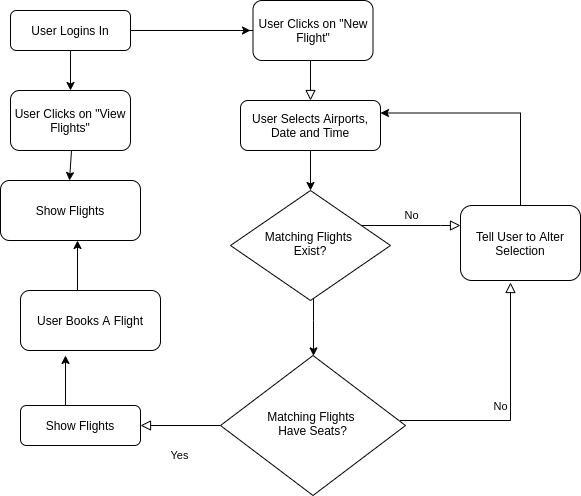
PegliOne/Project-0-Flight-Planner keeps this draw.io diagram as User Story Diagram.png. Above is the earlier version. Source tidied: cells renumbered, new cells last; positions are measured from the earlier drawing's top-left corner, leaving out a move shared by most shapes.
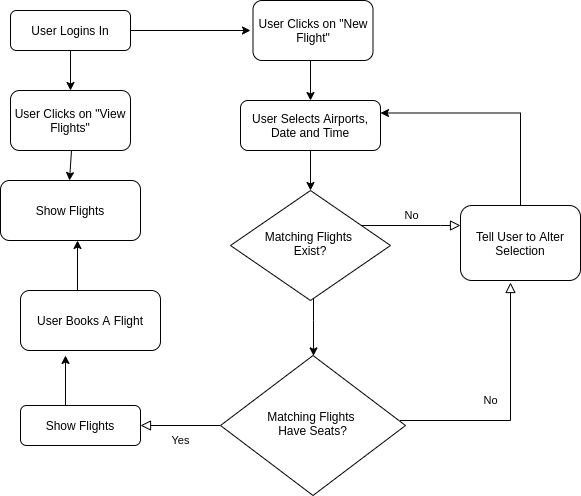
Above is the later version.

The edit, as a diff of the source:
```diff
@@ -2,14 +2,6 @@
   <root>
     <mxCell id="0" />
     <mxCell id="1" parent="0" />
-    <mxCell id="2" style="rounded=0;html=1;jettySize=auto;fontSize=11;endArrow=block;endFill=0;endSize=8;strokeWidth=1;shadow=0;labelBackgroundColor=none;edgeStyle=orthogonalEdgeStyle;entryX=0.5;entryY=0;entryDx=0;entryDy=0;" parent="1" edge="1" source="3" target="14">
-      <mxGeometry relative="1" as="geometry">
-        <Array as="points">
-          <mxPoint x="310" y="60" />
-          <mxPoint x="310" y="60" />
-        </Array>
-      </mxGeometry>
-    </mxCell>
     <mxCell id="3" value="User Logins In" style="rounded=1;whiteSpace=wrap;html=1;fontSize=12;glass=0;strokeWidth=1;shadow=0;" parent="1" vertex="1">
       <mxGeometry x="10" y="10" width="120" height="40" as="geometry" />
     </mxCell>
@@ -39,7 +31,7 @@
       <mxGeometry x="460" y="205" width="120" height="75" as="geometry" />
     </mxCell>
     <mxCell id="9" value="Yes" style="rounded=0;html=1;jettySize=auto;fontSize=11;endArrow=block;endFill=0;endSize=8;strokeWidth=1;shadow=0;labelBackgroundColor=none;edgeStyle=orthogonalEdgeStyle;" parent="1" edge="1" target="12">
-      <mxGeometry x="0.04" y="30" relative="1" as="geometry">
+      <mxGeometry y="15" relative="1" as="geometry">
         <mxPoint x="220" y="425" as="sourcePoint" />
         <Array as="points">
           <mxPoint x="220" y="425" />
@@ -47,7 +39,7 @@
       </mxGeometry>
     </mxCell>
     <mxCell id="10" value="No" style="edgeStyle=orthogonalEdgeStyle;rounded=0;html=1;jettySize=auto;orthogonalLoop=1;fontSize=11;endArrow=block;endFill=0;endSize=8;strokeWidth=1;shadow=0;labelBackgroundColor=none;" parent="1" edge="1">
-      <mxGeometry y="10" relative="1" as="geometry">
+      <mxGeometry x="0.05" y="20" relative="1" as="geometry">
         <mxPoint x="399.6" y="420" as="sourcePoint" />
         <mxPoint x="510" y="282" as="targetPoint" />
         <Array as="points">
@@ -106,5 +98,10 @@
         <mxPoint x="250" y="30" as="targetPoint" />
       </mxGeometry>
     </mxCell>
+    <mxCell id="24" style="endArrow=classic;html=1;entryX=0.5;entryY=0;entryDx=0;entryDy=0;" parent="1" edge="1" target="14">
+      <mxGeometry relative="1" as="geometry">
+        <mxPoint x="310" y="60" as="sourcePoint" />
+      </mxGeometry>
+    </mxCell>
   </root>
 </mxGraphModel>
```
